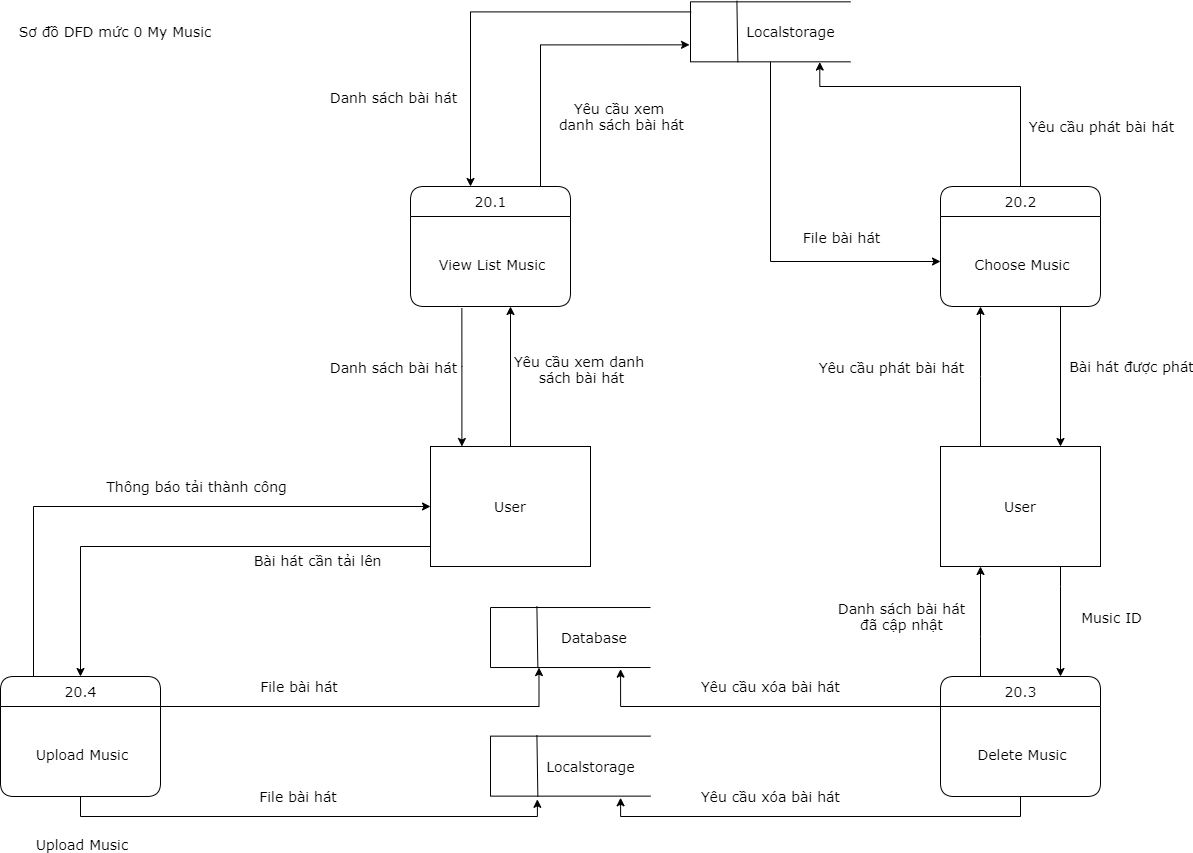
This is ToDoApp-Doc/Document/Diagram/DFD/MyMusic/MyMusicDFD.png from Merevoli-DatLuu/To-Do-App, a draw.io export, as it was before one commit. Source tidied: cells renumbered, new cells last; positions are measured from the earlier drawing's top-left corner, leaving out a move shared by most shapes. The source it was exported from:
```xml
<mxGraphModel>
  <root>
    <mxCell id="0" />
    <mxCell id="1" parent="0" />
    <mxCell id="2" style="edgeStyle=orthogonalEdgeStyle;rounded=0;jettySize=auto;html=1;fontFamily=Verdana;fontSize=14;" parent="1" edge="1" source="6" target="12">
      <mxGeometry relative="1" as="geometry">
        <Array as="points">
          <mxPoint x="540" y="305" />
        </Array>
      </mxGeometry>
    </mxCell>
    <mxCell id="3" value="&lt;font style=&quot;font-size: 14px;&quot;&gt;Yêu cầu xem danh &lt;br style=&quot;font-size: 14px;&quot;&gt;sách bài hát&lt;/font&gt;" style="edgeLabel;html=1;align=center;verticalAlign=middle;fontFamily=Verdana;fontSize=14;" parent="2" vertex="1">
      <mxGeometry x="-0.4" y="3" relative="1" as="geometry">
        <mxPoint x="73" y="-35.6" as="offset" />
      </mxGeometry>
    </mxCell>
    <mxCell id="4" style="edgeStyle=orthogonalEdgeStyle;rounded=0;jettySize=auto;html=1;fontFamily=Verdana;fontSize=14;" parent="1" edge="1" source="6" target="25">
      <mxGeometry relative="1" as="geometry">
        <Array as="points">
          <mxPoint x="80" y="545" />
        </Array>
      </mxGeometry>
    </mxCell>
    <mxCell id="5" value="&lt;font style=&quot;font-size: 14px;&quot;&gt;Bài hát cần tải lên&lt;/font&gt;" style="edgeLabel;html=1;align=center;verticalAlign=middle;fontFamily=Verdana;fontSize=14;" parent="4" vertex="1">
      <mxGeometry x="-0.26" y="-3" relative="1" as="geometry">
        <mxPoint x="63" y="16" as="offset" />
      </mxGeometry>
    </mxCell>
    <mxCell id="6" value="User" style="rounded=0;whiteSpace=wrap;html=1;fontFamily=Verdana;fontSize=14;" parent="1" vertex="1">
      <mxGeometry x="430" y="445" width="160" height="120" as="geometry" />
    </mxCell>
    <mxCell id="7" style="edgeStyle=orthogonalEdgeStyle;rounded=0;jettySize=auto;html=1;exitX=0.321;exitY=1.021;exitDx=0;exitDy=0;exitPerimeter=0;fontFamily=Verdana;fontSize=14;" parent="1" edge="1" source="12" target="6">
      <mxGeometry relative="1" as="geometry">
        <Array as="points">
          <mxPoint x="461" y="365" />
          <mxPoint x="461" y="365" />
        </Array>
      </mxGeometry>
    </mxCell>
    <mxCell id="8" value="&lt;font style=&quot;font-size: 14px;&quot;&gt;Danh sách bài hát&lt;/font&gt;" style="edgeLabel;html=1;align=center;verticalAlign=middle;fontFamily=Verdana;fontSize=14;" parent="7" vertex="1">
      <mxGeometry x="-0.17" y="-2" relative="1" as="geometry">
        <mxPoint x="-66.4" y="1.5" as="offset" />
      </mxGeometry>
    </mxCell>
    <mxCell id="9" style="edgeStyle=orthogonalEdgeStyle;rounded=0;jettySize=auto;html=1;entryX=-0.006;entryY=0.717;entryDx=0;entryDy=0;entryPerimeter=0;fontFamily=Verdana;fontSize=14;" parent="1" edge="1" source="11" target="42">
      <mxGeometry relative="1" as="geometry">
        <Array as="points">
          <mxPoint x="540" y="43" />
        </Array>
      </mxGeometry>
    </mxCell>
    <mxCell id="10" value="&lt;span style=&quot;font-size: 14px;&quot;&gt;Yêu cầu xem &lt;br style=&quot;font-size: 14px;&quot;&gt;danh sách bài hát&lt;/span&gt;" style="edgeLabel;html=1;align=center;verticalAlign=middle;fontFamily=Verdana;fontSize=14;" parent="9" vertex="1">
      <mxGeometry x="0.02" relative="1" as="geometry">
        <mxPoint x="73.4" y="71.6" as="offset" />
      </mxGeometry>
    </mxCell>
    <mxCell id="11" value="20.1" style="swimlane;horizontal=1;startSize=30;rounded=1;fontSize=14;fontStyle=0;strokeWidth=1;shadow=0;dashed=0;align=center;html=1;fontFamily=Verdana;" parent="1" vertex="1">
      <mxGeometry x="410" y="185" width="160" height="120" as="geometry" />
    </mxCell>
    <mxCell id="12" value="&#10;&#10;View List Music" style="align=center;strokeColor=none;fillColor=none;spacingLeft=4;fontSize=14;verticalAlign=top;fontFamily=Verdana;" parent="11" vertex="1">
      <mxGeometry y="30" width="160" height="90" as="geometry" />
    </mxCell>
    <mxCell id="13" style="edgeStyle=orthogonalEdgeStyle;rounded=0;jettySize=auto;html=1;entryX=0.808;entryY=1.004;entryDx=0;entryDy=0;entryPerimeter=0;fontFamily=Verdana;fontSize=14;" parent="1" edge="1" source="15" target="42">
      <mxGeometry relative="1" as="geometry">
        <Array as="points">
          <mxPoint x="1020" y="85" />
          <mxPoint x="819" y="85" />
        </Array>
      </mxGeometry>
    </mxCell>
    <mxCell id="14" value="Yêu cầu phát bài hát" style="edgeLabel;html=1;align=center;verticalAlign=middle;fontSize=14;fontFamily=Verdana;" parent="13" vertex="1">
      <mxGeometry x="-0.47" y="-3" relative="1" as="geometry">
        <mxPoint x="77" y="25.9" as="offset" />
      </mxGeometry>
    </mxCell>
    <mxCell id="15" value="20.2" style="swimlane;horizontal=1;startSize=30;rounded=1;fontSize=14;fontStyle=0;strokeWidth=1;shadow=0;dashed=0;align=center;html=1;fontFamily=Verdana;" parent="1" vertex="1">
      <mxGeometry x="940" y="185" width="160" height="120" as="geometry" />
    </mxCell>
    <mxCell id="16" value="&#10;&#10;Choose Music" style="align=center;strokeColor=none;fillColor=none;spacingLeft=4;fontSize=14;verticalAlign=top;fontFamily=Verdana;" parent="15" vertex="1">
      <mxGeometry y="30" width="160" height="90" as="geometry" />
    </mxCell>
    <mxCell id="17" style="edgeStyle=orthogonalEdgeStyle;rounded=0;jettySize=auto;html=1;entryX=0.25;entryY=1;entryDx=0;entryDy=0;fontFamily=Verdana;fontSize=14;" parent="1" edge="1" source="19" target="35">
      <mxGeometry relative="1" as="geometry">
        <Array as="points">
          <mxPoint x="980" y="635" />
          <mxPoint x="980" y="635" />
        </Array>
      </mxGeometry>
    </mxCell>
    <mxCell id="18" value="Danh sách bài hát&lt;br&gt;đã cập nhật" style="edgeLabel;html=1;align=center;verticalAlign=middle;fontSize=14;fontFamily=Verdana;" parent="17" vertex="1">
      <mxGeometry x="-0.2" y="1" relative="1" as="geometry">
        <mxPoint x="-79" y="-16.5" as="offset" />
      </mxGeometry>
    </mxCell>
    <mxCell id="19" value="20.3" style="swimlane;horizontal=1;startSize=30;rounded=1;fontSize=14;fontStyle=0;strokeWidth=1;shadow=0;dashed=0;align=center;html=1;fontFamily=Verdana;" parent="1" vertex="1">
      <mxGeometry x="940" y="675" width="160" height="120" as="geometry" />
    </mxCell>
    <mxCell id="20" value="&#10;&#10;Delete Music" style="align=center;strokeColor=none;fillColor=none;spacingLeft=4;fontSize=14;verticalAlign=top;fontFamily=Verdana;" parent="19" vertex="1">
      <mxGeometry y="30" width="160" height="90" as="geometry" />
    </mxCell>
    <mxCell id="21" style="edgeStyle=orthogonalEdgeStyle;rounded=0;jettySize=auto;html=1;fontFamily=Verdana;fontSize=14;entryX=0.303;entryY=1.001;entryDx=0;entryDy=0;entryPerimeter=0;" parent="1" edge="1" source="25" target="29">
      <mxGeometry relative="1" as="geometry">
        <Array as="points">
          <mxPoint x="538" y="705" />
        </Array>
      </mxGeometry>
    </mxCell>
    <mxCell id="22" value="&lt;font style=&quot;font-size: 14px;&quot;&gt;File bài hát&amp;nbsp;&lt;/font&gt;" style="edgeLabel;html=1;align=center;verticalAlign=middle;fontFamily=Verdana;fontSize=14;" parent="21" vertex="1">
      <mxGeometry x="-0.12" y="-2" relative="1" as="geometry">
        <mxPoint x="-43.5" y="-22.1" as="offset" />
      </mxGeometry>
    </mxCell>
    <mxCell id="23" style="edgeStyle=orthogonalEdgeStyle;rounded=0;jettySize=auto;html=1;entryX=0;entryY=0.5;entryDx=0;entryDy=0;fontFamily=Verdana;fontSize=14;" parent="1" edge="1" source="25" target="6">
      <mxGeometry relative="1" as="geometry">
        <Array as="points">
          <mxPoint x="33" y="505" />
        </Array>
      </mxGeometry>
    </mxCell>
    <mxCell id="24" value="&lt;font style=&quot;font-size: 14px;&quot;&gt;Thông báo tải thành công&lt;/font&gt;" style="edgeLabel;html=1;align=center;verticalAlign=middle;fontFamily=Verdana;fontSize=14;" parent="23" vertex="1">
      <mxGeometry x="-0.13" y="5" relative="1" as="geometry">
        <mxPoint x="86.1" y="-15" as="offset" />
      </mxGeometry>
    </mxCell>
    <mxCell id="25" value="20.4" style="swimlane;horizontal=1;startSize=30;rounded=1;fontSize=14;fontStyle=0;strokeWidth=1;shadow=0;dashed=0;align=center;html=1;fontFamily=Verdana;" parent="1" vertex="1">
      <mxGeometry y="675" width="160" height="120" as="geometry" />
    </mxCell>
    <mxCell id="26" value="&#10;&#10;Upload Music" style="align=center;strokeColor=none;fillColor=none;spacingLeft=4;fontSize=14;verticalAlign=top;fontFamily=Verdana;" parent="25" vertex="1">
      <mxGeometry y="30" width="160" height="90" as="geometry" />
    </mxCell>
    <mxCell id="27" value="&#10;&#10;Upload Music" style="align=center;strokeColor=none;fillColor=none;spacingLeft=4;fontSize=14;verticalAlign=top;fontFamily=Verdana;" parent="25" vertex="1">
      <mxGeometry y="120" width="160" as="geometry" />
    </mxCell>
    <mxCell id="28" value="&lt;span style=&quot;font-size: 14px;&quot;&gt;Sơ đồ DFD mức 0 My Music&lt;/span&gt;" style="text;html=1;strokeColor=none;fillColor=none;align=center;verticalAlign=middle;whiteSpace=wrap;rounded=0;fontFamily=Verdana;fontSize=14;" parent="1" vertex="1">
      <mxGeometry x="10" y="15" width="210" height="30" as="geometry" />
    </mxCell>
    <mxCell id="29" value="&amp;nbsp; &amp;nbsp; &amp;nbsp; &amp;nbsp; &amp;nbsp; &amp;nbsp; &amp;nbsp; Database" style="strokeWidth=1;html=1;shape=mxgraph.flowchart.annotation_1;align=left;fontFamily=Verdana;fontSize=14;" parent="1" vertex="1">
      <mxGeometry x="490" y="606" width="160" height="60" as="geometry" />
    </mxCell>
    <mxCell id="30" style="endArrow=none;html=1;entryX=0.296;entryY=1.006;entryDx=0;entryDy=0;entryPerimeter=0;exitX=0.29;exitY=-0.017;exitDx=0;exitDy=0;exitPerimeter=0;fontFamily=Verdana;fontSize=14;" parent="1" edge="1" source="29" target="29">
      <mxGeometry y="-27" relative="1" as="geometry" />
    </mxCell>
    <mxCell id="31" style="edgeStyle=orthogonalEdgeStyle;rounded=0;jettySize=auto;html=1;fontFamily=Verdana;fontSize=14;" parent="1" edge="1" source="35" target="16">
      <mxGeometry relative="1" as="geometry">
        <Array as="points">
          <mxPoint x="980" y="375" />
          <mxPoint x="980" y="375" />
        </Array>
      </mxGeometry>
    </mxCell>
    <mxCell id="32" value="&lt;font style=&quot;font-size: 14px;&quot;&gt;Yêu cầu phát bài hát&lt;/font&gt;" style="edgeLabel;html=1;align=center;verticalAlign=middle;fontFamily=Verdana;fontSize=14;" parent="31" vertex="1">
      <mxGeometry x="-0.18" y="4" relative="1" as="geometry">
        <mxPoint x="-86" y="-22.4" as="offset" />
      </mxGeometry>
    </mxCell>
    <mxCell id="33" style="edgeStyle=orthogonalEdgeStyle;rounded=0;jettySize=auto;html=1;entryX=0.75;entryY=0;entryDx=0;entryDy=0;fontFamily=Verdana;fontSize=14;" parent="1" edge="1" source="35" target="19">
      <mxGeometry relative="1" as="geometry">
        <Array as="points">
          <mxPoint x="1060" y="585" />
          <mxPoint x="1060" y="585" />
        </Array>
      </mxGeometry>
    </mxCell>
    <mxCell id="34" value="Music ID" style="edgeLabel;html=1;align=center;verticalAlign=middle;fontFamily=Verdana;fontSize=14;" parent="33" vertex="1">
      <mxGeometry x="-0.27" y="1" relative="1" as="geometry">
        <mxPoint x="49" y="10" as="offset" />
      </mxGeometry>
    </mxCell>
    <mxCell id="35" value="User" style="rounded=0;whiteSpace=wrap;html=1;fontFamily=Verdana;fontSize=14;" parent="1" vertex="1">
      <mxGeometry x="940" y="445" width="160" height="120" as="geometry" />
    </mxCell>
    <mxCell id="36" style="edgeStyle=orthogonalEdgeStyle;rounded=0;jettySize=auto;html=1;fontFamily=Verdana;fontSize=14;" parent="1" edge="1" source="16">
      <mxGeometry relative="1" as="geometry">
        <mxPoint x="1060" y="445" as="targetPoint" />
        <Array as="points">
          <mxPoint x="1060" y="445" />
        </Array>
      </mxGeometry>
    </mxCell>
    <mxCell id="37" value="&lt;font style=&quot;font-size: 14px;&quot;&gt;Bài hát được phát&lt;/font&gt;" style="edgeLabel;html=1;align=center;verticalAlign=middle;fontFamily=Verdana;fontSize=14;" parent="36" vertex="1">
      <mxGeometry x="-0.29" y="-4" relative="1" as="geometry">
        <mxPoint x="74" y="10.6" as="offset" />
      </mxGeometry>
    </mxCell>
    <mxCell id="38" style="edgeStyle=orthogonalEdgeStyle;rounded=0;jettySize=auto;html=1;exitX=0.004;exitY=0.168;exitDx=0;exitDy=0;exitPerimeter=0;fontFamily=Verdana;fontSize=14;" parent="1" edge="1" source="42">
      <mxGeometry relative="1" as="geometry">
        <mxPoint x="470" y="185" as="targetPoint" />
        <Array as="points">
          <mxPoint x="470" y="10" />
          <mxPoint x="470" y="185" />
        </Array>
      </mxGeometry>
    </mxCell>
    <mxCell id="39" value="&lt;span style=&quot;font-size: 14px;&quot;&gt;Danh sách bài hát&lt;/span&gt;" style="edgeLabel;html=1;align=center;verticalAlign=middle;fontFamily=Verdana;fontSize=14;" parent="38" vertex="1">
      <mxGeometry x="0.11" y="3" relative="1" as="geometry">
        <mxPoint x="-77.6" y="81.7" as="offset" />
      </mxGeometry>
    </mxCell>
    <mxCell id="40" style="edgeStyle=orthogonalEdgeStyle;rounded=0;jettySize=auto;html=1;entryX=0;entryY=0.5;entryDx=0;entryDy=0;fontFamily=Verdana;fontSize=14;" parent="1" edge="1" source="42" target="16">
      <mxGeometry relative="1" as="geometry">
        <Array as="points">
          <mxPoint x="770" y="260" />
        </Array>
      </mxGeometry>
    </mxCell>
    <mxCell id="41" value="File bài hát" style="edgeLabel;html=1;align=center;verticalAlign=middle;fontSize=14;fontFamily=Verdana;" parent="40" vertex="1">
      <mxGeometry x="-0.34" y="-4" relative="1" as="geometry">
        <mxPoint x="74" y="52.3" as="offset" />
      </mxGeometry>
    </mxCell>
    <mxCell id="42" value="&amp;nbsp; &amp;nbsp; &amp;nbsp; &amp;nbsp; &amp;nbsp; &amp;nbsp;Localstorage" style="strokeWidth=1;html=1;shape=mxgraph.flowchart.annotation_1;align=left;fontFamily=Verdana;fontSize=14;" parent="1" vertex="1">
      <mxGeometry x="690" y="0.3" width="160" height="60" as="geometry" />
    </mxCell>
    <mxCell id="43" style="endArrow=none;html=1;entryX=0.296;entryY=1.006;entryDx=0;entryDy=0;entryPerimeter=0;exitX=0.29;exitY=-0.017;exitDx=0;exitDy=0;exitPerimeter=0;fontFamily=Verdana;fontSize=14;" parent="1" edge="1" source="42" target="42">
      <mxGeometry y="-27" relative="1" as="geometry" />
    </mxCell>
    <mxCell id="44" style="edgeStyle=orthogonalEdgeStyle;rounded=0;jettySize=auto;html=1;exitX=0;exitY=0;exitDx=0;exitDy=0;fontFamily=Verdana;fontSize=14;entryX=0.813;entryY=1.027;entryDx=0;entryDy=0;entryPerimeter=0;" parent="1" edge="1" source="20" target="29">
      <mxGeometry relative="1" as="geometry">
        <Array as="points">
          <mxPoint x="620" y="705" />
        </Array>
      </mxGeometry>
    </mxCell>
    <mxCell id="45" value="Yêu cầu xóa bài hát" style="edgeLabel;html=1;align=center;verticalAlign=middle;fontFamily=Verdana;fontSize=14;" parent="44" vertex="1">
      <mxGeometry x="0.19" y="1" relative="1" as="geometry">
        <mxPoint x="41.8" y="-21" as="offset" />
      </mxGeometry>
    </mxCell>
    <mxCell id="46" value="&amp;nbsp; &amp;nbsp; &amp;nbsp; &amp;nbsp; &amp;nbsp; &amp;nbsp;Localstorage" style="strokeWidth=1;html=1;shape=mxgraph.flowchart.annotation_1;align=left;fontFamily=Verdana;fontSize=14;" parent="1" vertex="1">
      <mxGeometry x="490" y="734.6" width="160" height="60" as="geometry" />
    </mxCell>
    <mxCell id="47" style="endArrow=none;html=1;entryX=0.296;entryY=1.006;entryDx=0;entryDy=0;entryPerimeter=0;exitX=0.29;exitY=-0.017;exitDx=0;exitDy=0;exitPerimeter=0;fontFamily=Verdana;fontSize=14;" parent="1" edge="1" source="46" target="46">
      <mxGeometry y="-27" relative="1" as="geometry" />
    </mxCell>
    <mxCell id="48" style="edgeStyle=orthogonalEdgeStyle;rounded=0;jettySize=auto;html=1;entryX=0.293;entryY=1.053;entryDx=0;entryDy=0;entryPerimeter=0;fontFamily=Verdana;fontSize=14;" parent="1" edge="1" source="26" target="46">
      <mxGeometry relative="1" as="geometry">
        <Array as="points">
          <mxPoint x="80" y="815" />
          <mxPoint x="537" y="815" />
        </Array>
      </mxGeometry>
    </mxCell>
    <mxCell id="49" value="File bài hát&amp;nbsp;" style="edgeLabel;html=1;align=center;verticalAlign=middle;fontSize=14;fontFamily=Verdana;" parent="48" vertex="1">
      <mxGeometry x="-0.14" y="2" relative="1" as="geometry">
        <mxPoint x="28.3" y="-18.4" as="offset" />
      </mxGeometry>
    </mxCell>
    <mxCell id="50" style="edgeStyle=orthogonalEdgeStyle;rounded=0;jettySize=auto;html=1;entryX=0.813;entryY=1.027;entryDx=0;entryDy=0;entryPerimeter=0;fontFamily=Verdana;fontSize=14;" parent="1" edge="1" source="20" target="46">
      <mxGeometry relative="1" as="geometry">
        <Array as="points">
          <mxPoint x="1020" y="815" />
          <mxPoint x="620" y="815" />
        </Array>
      </mxGeometry>
    </mxCell>
    <mxCell id="51" value="Yêu cầu xóa bài hát" style="edgeLabel;html=1;align=center;verticalAlign=middle;fontSize=14;fontFamily=Verdana;" parent="50" vertex="1">
      <mxGeometry x="0.24" y="4" relative="1" as="geometry">
        <mxPoint x="0.5" y="-24.1" as="offset" />
      </mxGeometry>
    </mxCell>
  </root>
</mxGraphModel>
```
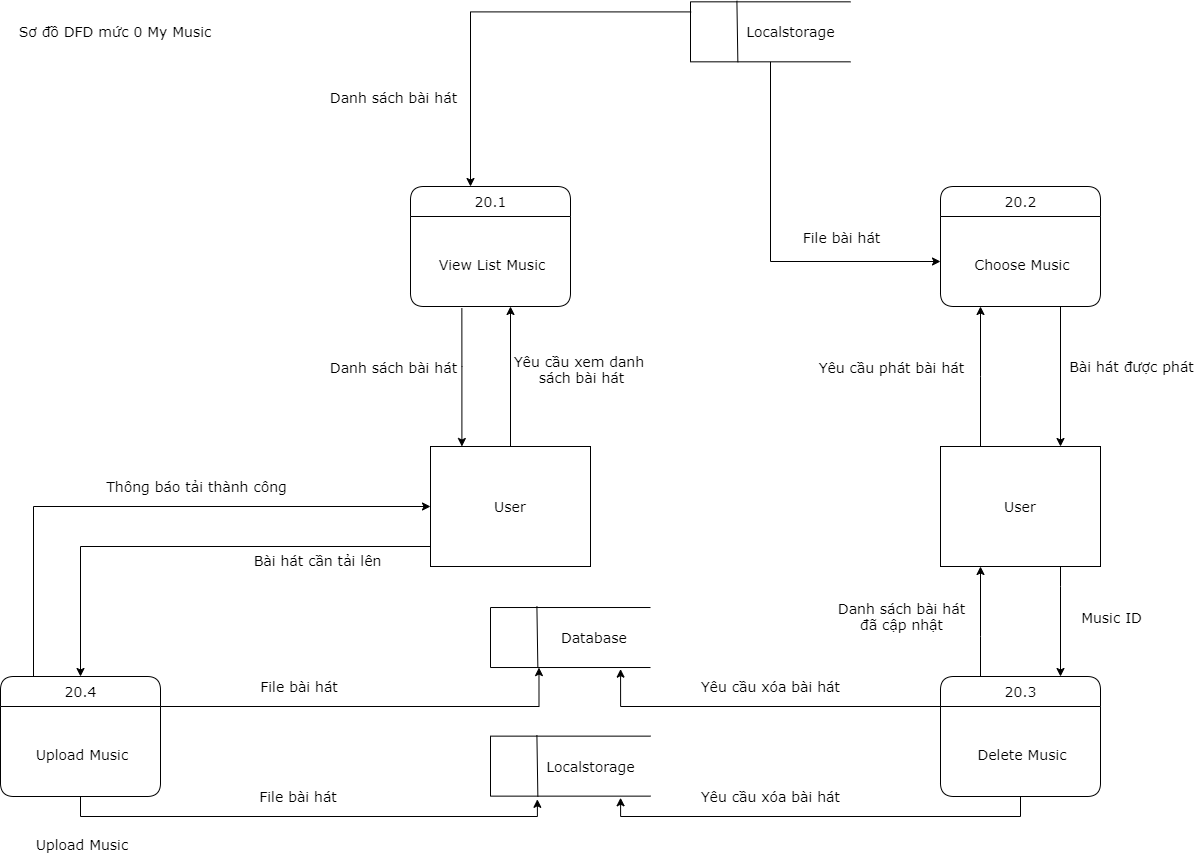
Later version of the same file.

Change to the diagram source:
```diff
@@ -42,37 +42,12 @@
         <mxPoint x="-66.4" y="1.5" as="offset" />
       </mxGeometry>
     </mxCell>
-    <mxCell id="9" style="edgeStyle=orthogonalEdgeStyle;rounded=0;jettySize=auto;html=1;entryX=-0.006;entryY=0.717;entryDx=0;entryDy=0;entryPerimeter=0;fontFamily=Verdana;fontSize=14;" parent="1" edge="1" source="11" target="42">
-      <mxGeometry relative="1" as="geometry">
-        <Array as="points">
-          <mxPoint x="540" y="43" />
-        </Array>
-      </mxGeometry>
-    </mxCell>
-    <mxCell id="10" value="&lt;span style=&quot;font-size: 14px;&quot;&gt;Yêu cầu xem &lt;br style=&quot;font-size: 14px;&quot;&gt;danh sách bài hát&lt;/span&gt;" style="edgeLabel;html=1;align=center;verticalAlign=middle;fontFamily=Verdana;fontSize=14;" parent="9" vertex="1">
-      <mxGeometry x="0.02" relative="1" as="geometry">
-        <mxPoint x="73.4" y="71.6" as="offset" />
-      </mxGeometry>
-    </mxCell>
     <mxCell id="11" value="20.1" style="swimlane;horizontal=1;startSize=30;rounded=1;fontSize=14;fontStyle=0;strokeWidth=1;shadow=0;dashed=0;align=center;html=1;fontFamily=Verdana;" parent="1" vertex="1">
       <mxGeometry x="410" y="185" width="160" height="120" as="geometry" />
     </mxCell>
     <mxCell id="12" value="&#10;&#10;View List Music" style="align=center;strokeColor=none;fillColor=none;spacingLeft=4;fontSize=14;verticalAlign=top;fontFamily=Verdana;" parent="11" vertex="1">
       <mxGeometry y="30" width="160" height="90" as="geometry" />
     </mxCell>
-    <mxCell id="13" style="edgeStyle=orthogonalEdgeStyle;rounded=0;jettySize=auto;html=1;entryX=0.808;entryY=1.004;entryDx=0;entryDy=0;entryPerimeter=0;fontFamily=Verdana;fontSize=14;" parent="1" edge="1" source="15" target="42">
-      <mxGeometry relative="1" as="geometry">
-        <Array as="points">
-          <mxPoint x="1020" y="85" />
-          <mxPoint x="819" y="85" />
-        </Array>
-      </mxGeometry>
-    </mxCell>
-    <mxCell id="14" value="Yêu cầu phát bài hát" style="edgeLabel;html=1;align=center;verticalAlign=middle;fontSize=14;fontFamily=Verdana;" parent="13" vertex="1">
-      <mxGeometry x="-0.47" y="-3" relative="1" as="geometry">
-        <mxPoint x="77" y="25.9" as="offset" />
-      </mxGeometry>
-    </mxCell>
     <mxCell id="15" value="20.2" style="swimlane;horizontal=1;startSize=30;rounded=1;fontSize=14;fontStyle=0;strokeWidth=1;shadow=0;dashed=0;align=center;html=1;fontFamily=Verdana;" parent="1" vertex="1">
       <mxGeometry x="940" y="185" width="160" height="120" as="geometry" />
     </mxCell>
```
